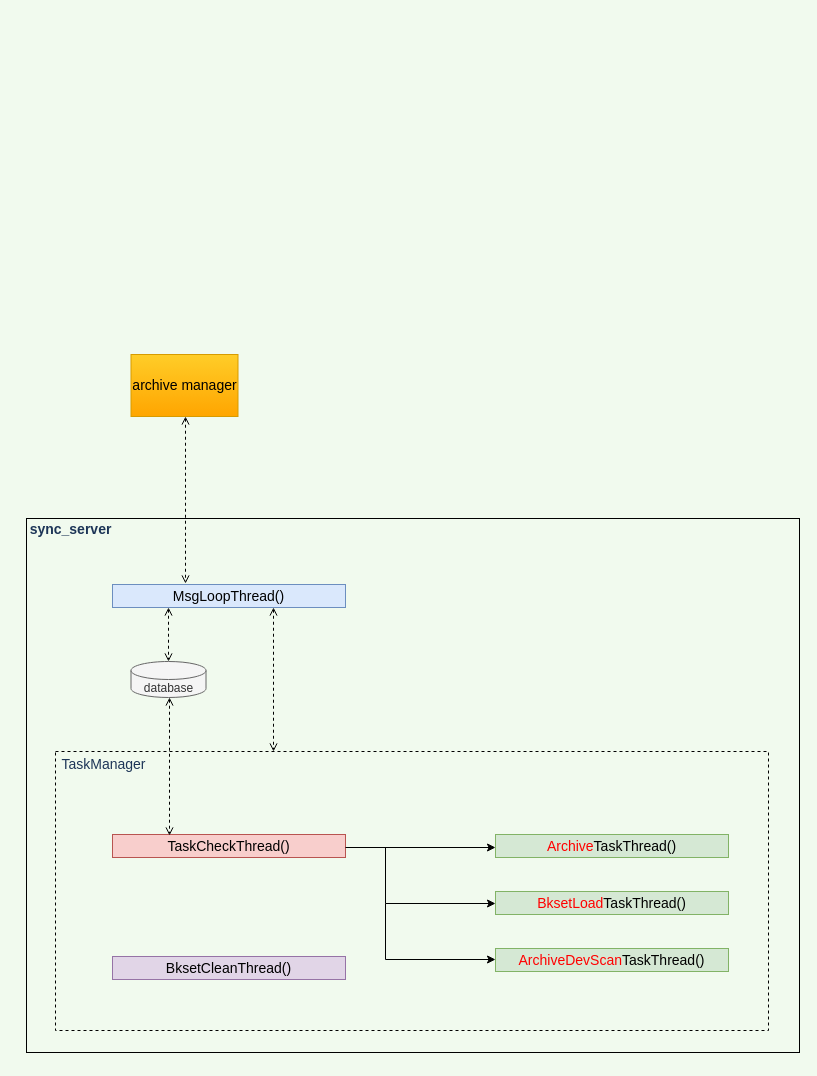
Earlier version of the draw.io diagram page "软件架构图" (2 of 5) of 02-unary_work/01-黑方6.8版本归档模块/归档服务模块sync_server原理图.drawio (chenzhaoguo/UML). Source tidied: cells renumbered, new cells numbered last; positions are measured from the earlier drawing's top-left corner, leaving out a move shared by most shapes. Both pictures are drawn from the tidied source at 100%, with x=0, y=0 at pixel (24, 354).
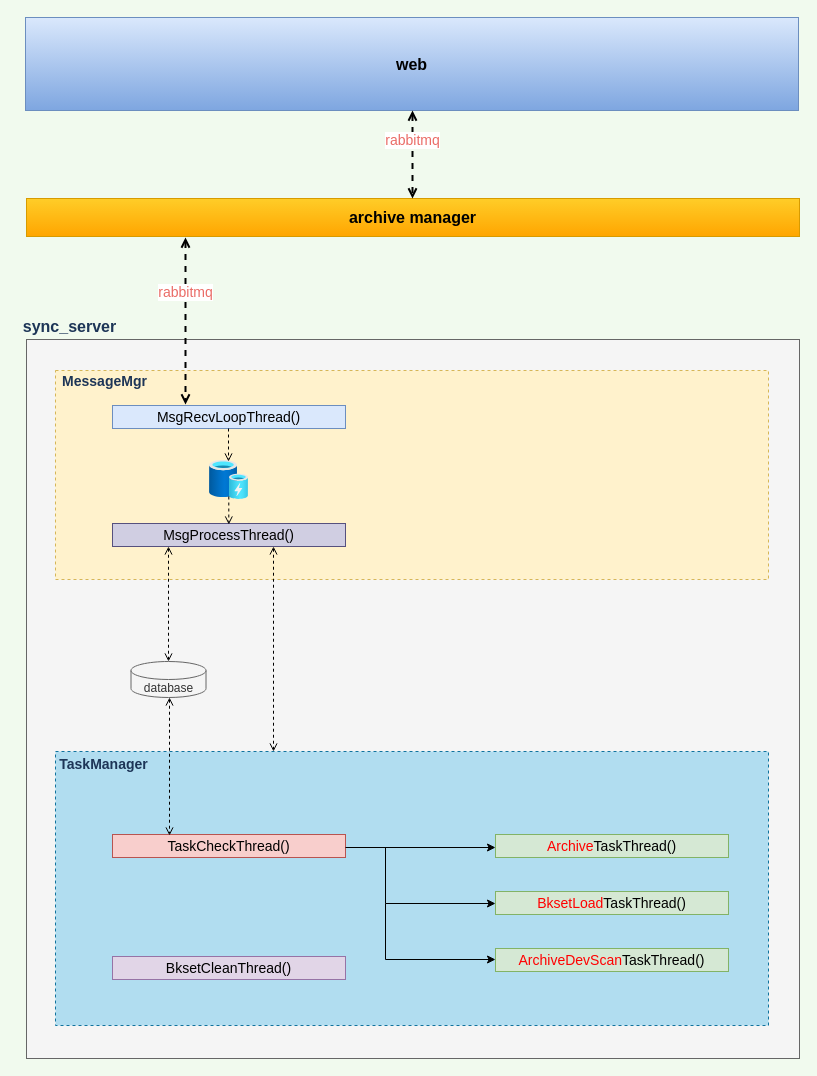
After the change.

Diff of the diagram source:
```diff
@@
-    <mxCell id="2" style="rounded=0;whiteSpace=wrap;html=1;sketch=0;strokeColor=#000000;fillColor=none;" parent="1" vertex="1">
-      <mxGeometry x="2" y="164" width="773" height="534" as="geometry" />
+    <mxCell id="2" style="rounded=0;whiteSpace=wrap;html=1;sketch=0;strokeColor=#666666;fillColor=#f5f5f5;fontColor=#333333;" parent="1" vertex="1">
+      <mxGeometry x="2" y="-15" width="773" height="719" as="geometry" />
     </mxCell>
+    <mxCell id="21" style="rounded=0;whiteSpace=wrap;html=1;sketch=0;strokeColor=#d6b656;fillColor=#fff2cc;dashed=1;strokeWidth=1;" parent="1" vertex="1">
+      <mxGeometry x="31" y="16" width="713" height="209" as="geometry" />
+    </mxCell>
-    <mxCell id="3" style="rounded=0;whiteSpace=wrap;html=1;sketch=0;strokeColor=#000000;fillColor=none;dashed=1;strokeWidth=1;" parent="1" vertex="1">
-      <mxGeometry x="31" y="397" width="713" height="279" as="geometry" />
+    <mxCell id="3" style="rounded=0;whiteSpace=wrap;html=1;sketch=0;strokeColor=#10739e;fillColor=#b1ddf0;dashed=1;strokeWidth=1;" parent="1" vertex="1">
+      <mxGeometry x="31" y="397" width="713" height="274" as="geometry" />
     </mxCell>
-    <mxCell id="4" value="sync_server" style="text;html=1;align=center;verticalAlign=middle;strokeColor=none;fillColor=none;fontColor=#1D3557;fontSize=14;fontStyle=1;" parent="1" vertex="1">
-      <mxGeometry y="164" width="92" height="21" as="geometry" />
+    <mxCell id="4" value="sync_server" style="text;html=1;align=center;verticalAlign=middle;strokeColor=none;fillColor=none;fontColor=#1D3557;fontSize=16;fontStyle=1;" parent="1" vertex="1">
+      <mxGeometry x="-7" y="-40" width="103" height="23" as="geometry" />
     </mxCell>
-    <mxCell id="5" value="MsgLoopThread()" style="rounded=0;whiteSpace=wrap;html=1;sketch=0;strokeColor=#6c8ebf;fillColor=#dae8fc;fontSize=14;" parent="1" vertex="1">
-      <mxGeometry x="88" y="230" width="233" height="23" as="geometry" />
+    <mxCell id="5" value="MsgRecvLoopThread()" style="rounded=0;whiteSpace=wrap;html=1;sketch=0;strokeColor=#6c8ebf;fillColor=#dae8fc;fontSize=14;" parent="1" vertex="1">
+      <mxGeometry x="88" y="51" width="233" height="23" as="geometry" />
     </mxCell>
-    <mxCell id="6" value="archive manager" style="rounded=0;whiteSpace=wrap;html=1;sketch=0;strokeColor=#d79b00;fillColor=#ffcd28;fontSize=14;gradientColor=#ffa500;" parent="1" vertex="1">
-      <mxGeometry x="106.5" width="107" height="62" as="geometry" />
+    <mxCell id="6" value="archive manager" style="rounded=0;whiteSpace=wrap;html=1;sketch=0;strokeColor=#d79b00;fillColor=#ffcd28;fontSize=16;gradientColor=#ffa500;fontStyle=1;" parent="1" vertex="1">
+      <mxGeometry x="2" y="-156" width="773" height="38" as="geometry" />
     </mxCell>
-    <mxCell id="7" style="endArrow=open;html=1;rounded=1;sketch=0;fontColor=#1D3557;strokeColor=#000000;fillColor=#6a00ff;elbow=vertical;startArrow=open;startFill=0;endFill=0;dashed=1;" parent="1" edge="1">
+    <mxCell id="7" style="endArrow=open;html=1;rounded=1;sketch=0;fontColor=#1D3557;strokeColor=#000000;fillColor=#6a00ff;elbow=vertical;startArrow=open;startFill=0;endFill=0;dashed=1;strokeWidth=2;" parent="1" edge="1">
       <mxGeometry relative="1" as="geometry">
-        <mxPoint x="161" y="62" as="sourcePoint" />
-        <mxPoint x="161" y="229" as="targetPoint" />
+        <mxPoint x="161" y="-117" as="sourcePoint" />
+        <mxPoint x="161" y="50" as="targetPoint" />
       </mxGeometry>
     </mxCell>
+    <mxCell id="22" value="rabbitmq" style="edgeLabel;html=1;align=center;verticalAlign=middle;fontSize=14;fontColor=#EA6B66;" parent="7" vertex="1">
+      <mxGeometry x="-0.37" y="-1" relative="1" as="geometry">
+        <mxPoint y="1" as="offset" />
+      </mxGeometry>
+    </mxCell>
@@
-    <mxCell id="11" value="TaskManager" style="text;html=1;align=center;verticalAlign=middle;strokeColor=none;fillColor=none;fontColor=#1D3557;fontSize=14;fontStyle=0;" parent="1" vertex="1">
-      <mxGeometry x="32" y="399" width="94" height="21" as="geometry" />
+    <mxCell id="11" value="TaskManager" style="text;html=1;align=center;verticalAlign=middle;strokeColor=none;fillColor=none;fontColor=#1D3557;fontSize=14;fontStyle=1;" parent="1" vertex="1">
+      <mxGeometry x="30" y="399" width="98" height="21" as="geometry" />
     </mxCell>
     <mxCell id="12" style="endArrow=open;html=1;rounded=1;sketch=0;fontColor=#1D3557;strokeColor=#000000;fillColor=#6a00ff;elbow=vertical;startArrow=open;startFill=0;endFill=0;dashed=1;" parent="1" edge="1">
       <mxGeometry relative="1" as="geometry">
-        <mxPoint x="144" y="253" as="sourcePoint" />
+        <mxPoint x="144" y="192" as="sourcePoint" />
         <mxPoint x="144" y="307" as="targetPoint" />
       </mxGeometry>
     </mxCell>
@@
     <mxCell id="14" style="endArrow=open;html=1;rounded=1;sketch=0;fontColor=#1D3557;strokeColor=#000000;fillColor=#6a00ff;elbow=vertical;startArrow=open;startFill=0;endFill=0;dashed=1;" parent="1" edge="1">
       <mxGeometry relative="1" as="geometry">
-        <mxPoint x="249" y="253" as="sourcePoint" />
+        <mxPoint x="249" y="192" as="sourcePoint" />
         <mxPoint x="249" y="397" as="targetPoint" />
       </mxGeometry>
     </mxCell>
@@
+    <mxCell id="23" value="web" style="rounded=0;whiteSpace=wrap;html=1;sketch=0;strokeColor=#6c8ebf;fillColor=#dae8fc;fontSize=16;gradientColor=#7ea6e0;fontStyle=1;" parent="1" vertex="1">
+      <mxGeometry x="1" y="-337" width="773" height="93" as="geometry" />
+    </mxCell>
+    <mxCell id="24" style="endArrow=open;html=1;rounded=1;sketch=0;fontColor=#1D3557;strokeColor=#000000;fillColor=#6a00ff;elbow=vertical;startArrow=open;startFill=0;endFill=0;dashed=1;strokeWidth=2;" parent="1" edge="1">
+      <mxGeometry relative="1" as="geometry">
+        <mxPoint x="388" y="-244" as="sourcePoint" />
+        <mxPoint x="388" y="-156" as="targetPoint" />
+      </mxGeometry>
+    </mxCell>
+    <mxCell id="25" value="rabbitmq" style="edgeLabel;html=1;align=center;verticalAlign=middle;fontSize=14;fontColor=#EA6B66;" parent="24" vertex="1">
+      <mxGeometry x="-0.37" y="-1" relative="1" as="geometry">
+        <mxPoint y="1" as="offset" />
+      </mxGeometry>
+    </mxCell>
+    <mxCell id="26" value="MessageMgr" style="text;html=1;align=center;verticalAlign=middle;strokeColor=none;fillColor=none;fontColor=#1D3557;fontSize=14;fontStyle=1;" parent="1" vertex="1">
+      <mxGeometry x="32" y="16" width="95" height="21" as="geometry" />
+    </mxCell>
+    <mxCell id="27" value="MsgProcessThread()" style="rounded=0;whiteSpace=wrap;html=1;sketch=0;strokeColor=#56517e;fillColor=#d0cee2;fontSize=14;" parent="1" vertex="1">
+      <mxGeometry x="88" y="169" width="233" height="23" as="geometry" />
+    </mxCell>
+    <mxCell id="28" style="html=1;align=center;image;fontSize=12;image=img/lib/azure2/general/Cache.svg;" parent="1" vertex="1">
+      <mxGeometry x="185" y="106" width="39" height="39" as="geometry" />
+    </mxCell>
+    <mxCell id="29" style="endArrow=open;html=1;rounded=1;sketch=0;fontColor=#1D3557;strokeColor=#000000;fillColor=#6a00ff;elbow=vertical;startArrow=none;startFill=0;endFill=0;dashed=1;" parent="1" edge="1">
+      <mxGeometry relative="1" as="geometry">
+        <mxPoint x="204" y="74" as="sourcePoint" />
+        <mxPoint x="204" y="107" as="targetPoint" />
+      </mxGeometry>
+    </mxCell>
+    <mxCell id="30" style="endArrow=open;html=1;rounded=1;sketch=0;fontColor=#1D3557;strokeColor=#000000;fillColor=#6a00ff;elbow=vertical;startArrow=none;startFill=0;endFill=0;dashed=1;" parent="1" edge="1">
+      <mxGeometry relative="1" as="geometry">
+        <mxPoint x="204.3" y="142" as="sourcePoint" />
+        <mxPoint x="204.3" y="170" as="targetPoint" />
+      </mxGeometry>
+    </mxCell>
```
